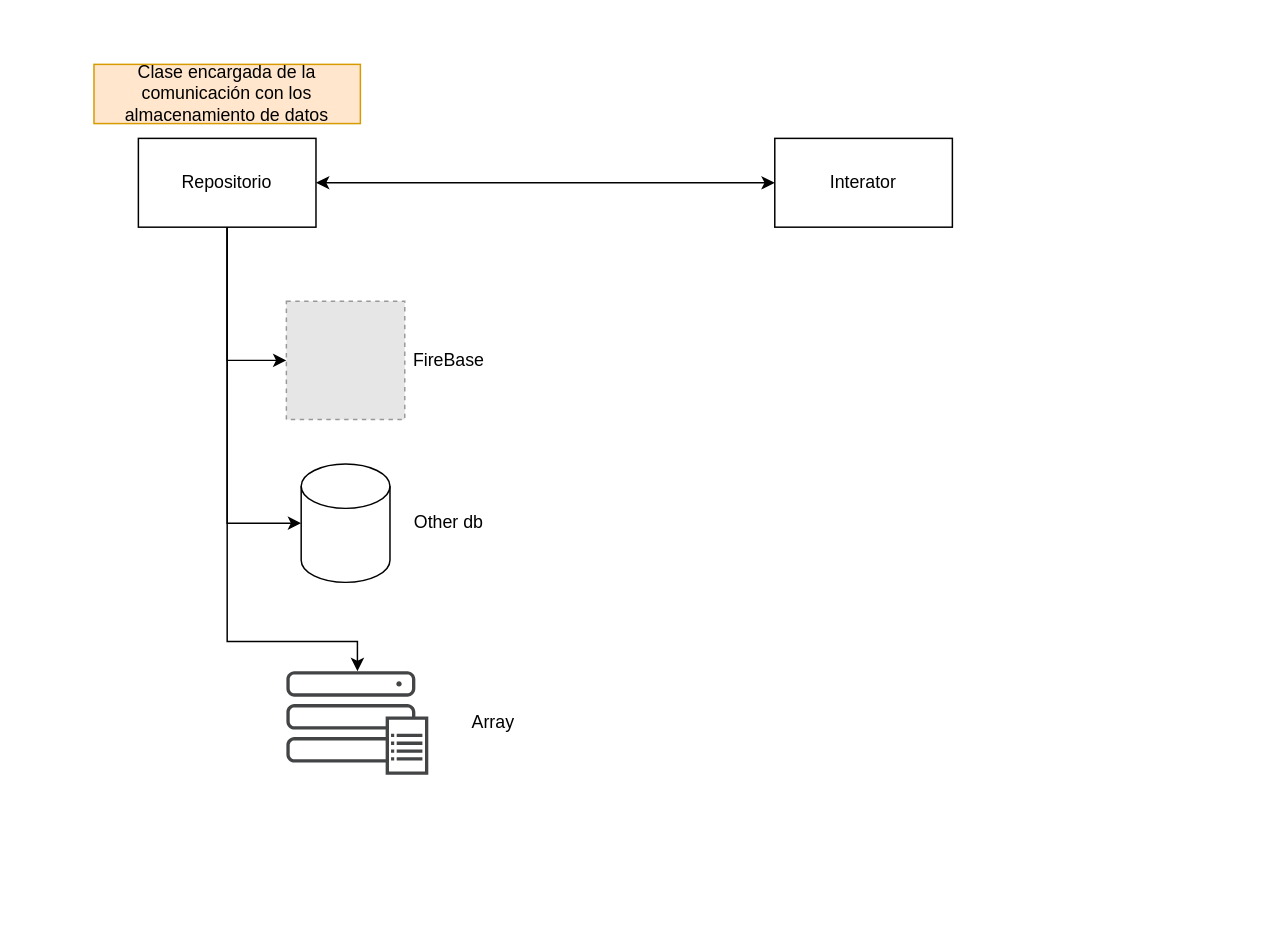
Before: page "Page-1" (1 of 2) of InventoryClassComunication.drawio in FJMGPPP/iventory, a draw.io diagram. Source tidied: cells renumbered, new cells numbered last; positions are measured from the earlier drawing's top-left corner, leaving out a move shared by most shapes. Both pictures are drawn from the tidied source at 148%, with x=0, y=0 at pixel (93, 64). Pictures stored in the file or linked from it are replaced by grey dashed boxes.
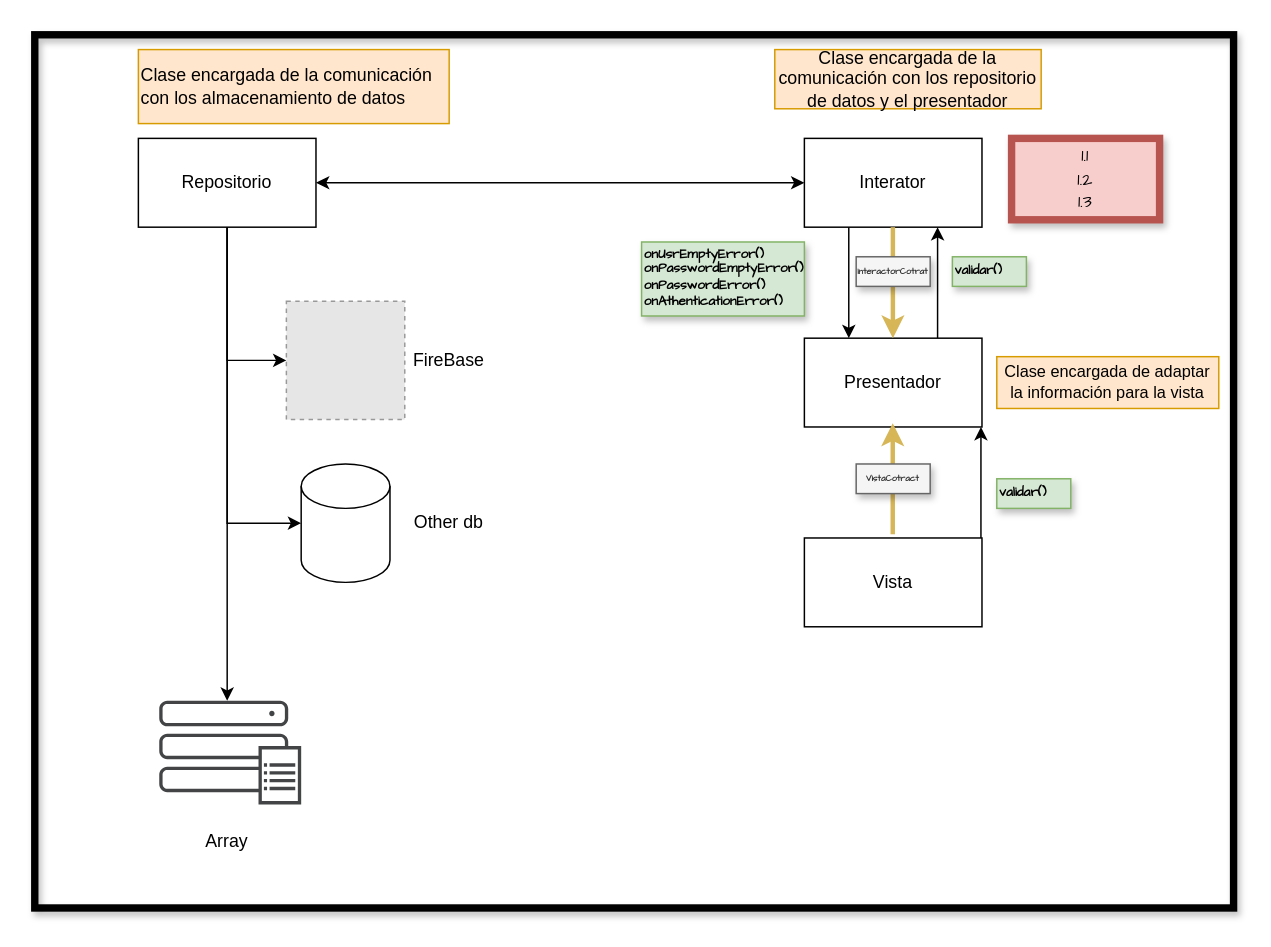
The same page after the edit.

Unchanged cells that the change refers to:
```xml
<mxCell id="6" value="Repositorio" style="rounded=0;whiteSpace=wrap;html=1;" parent="1" vertex="1">
  <mxGeometry x="30" y="50" width="120" height="60" as="geometry" />
</mxCell>
```

Change to the diagram source:
```diff
@@
+    <mxCell id="15" style="whiteSpace=wrap;html=1;rounded=0;shadow=1;glass=0;sketch=0;fontFamily=Comic Sans MS;fontSize=6;fontColor=#FFD966;strokeColor=#000000;strokeWidth=5;align=left;verticalAlign=middle;fillColor=none;" parent="1" vertex="1">
+      <mxGeometry x="-40" y="-20" width="810" height="590" as="geometry" />
+    </mxCell>
@@
-    <mxCell id="4" style="edgeStyle=orthogonalEdgeStyle;rounded=0;jettySize=auto;html=1;exitX=0.5;exitY=1;exitDx=0;exitDy=0;" parent="1" edge="1" source="6" target="9">
+    <mxCell id="4" style="edgeStyle=orthogonalEdgeStyle;rounded=0;jettySize=auto;html=1;exitX=0.5;exitY=1;exitDx=0;exitDy=0;" parent="1" edge="1" source="6">
       <mxGeometry relative="1" as="geometry">
+        <mxPoint x="90" y="430" as="targetPoint" />
         <Array as="points">
-          <mxPoint x="90" y="390" />
-          <mxPoint x="178" y="390" />
+          <mxPoint x="90" y="430" />
         </Array>
       </mxGeometry>
     </mxCell>
@@
     <mxCell id="9" style="sketch=0;shadow=0;dashed=0;html=1;strokeColor=none;fillColor=#434445;labelPosition=center;verticalLabelPosition=bottom;verticalAlign=top;align=center;outlineConnect=0;shape=mxgraph.vvd.array_manager;" parent="1" vertex="1">
-      <mxGeometry x="130" y="410" width="95.9" height="70" as="geometry" />
+      <mxGeometry x="44.1" y="430" width="95.9" height="70" as="geometry" />
     </mxCell>
-    <mxCell id="10" value="Clase encargada de la comunicación con los almacenamiento de datos" style="text;html=1;strokeColor=#d79b00;fillColor=#ffe6cc;align=center;verticalAlign=middle;whiteSpace=wrap;rounded=0;" parent="1" vertex="1">
-      <mxGeometry width="180" height="40" as="geometry" />
+    <mxCell id="10" value="Clase encargada de la comunicación con los almacenamiento de datos" style="text;html=1;strokeColor=#d79b00;fillColor=#ffe6cc;align=left;verticalAlign=middle;whiteSpace=wrap;rounded=0;" parent="1" vertex="1">
+      <mxGeometry x="30" y="-10" width="210" height="50" as="geometry" />
     </mxCell>
@@
     <mxCell id="13" value="Array" style="text;html=1;strokeColor=none;fillColor=none;align=center;verticalAlign=middle;whiteSpace=wrap;rounded=0;" parent="1" vertex="1">
-      <mxGeometry x="240" y="430" width="60" height="30" as="geometry" />
+      <mxGeometry x="60" y="510" width="60" height="30" as="geometry" />
     </mxCell>
+    <mxCell id="16" style="edgeStyle=orthogonalEdgeStyle;rounded=0;jettySize=auto;html=1;exitX=0.75;exitY=1;exitDx=0;exitDy=0;entryX=0.75;entryY=0;entryDx=0;entryDy=0;fontFamily=Comic Sans MS;fontSize=12;startArrow=classic;startFill=1;endArrow=none;endFill=0;" parent="1" edge="1" source="14" target="18">
+      <mxGeometry relative="1" as="geometry" />
+    </mxCell>
     <mxCell id="14" value="Interator" style="rounded=0;whiteSpace=wrap;html=1;" parent="1" vertex="1">
-      <mxGeometry x="460" y="50" width="120" height="60" as="geometry" />
+      <mxGeometry x="480" y="50" width="120" height="60" as="geometry" />
     </mxCell>
+    <mxCell id="17" style="edgeStyle=orthogonalEdgeStyle;rounded=0;jettySize=auto;html=1;exitX=0.25;exitY=0;exitDx=0;exitDy=0;entryX=0.25;entryY=1;entryDx=0;entryDy=0;fontFamily=Comic Sans MS;fontSize=12;startArrow=classic;startFill=1;endArrow=none;endFill=0;" parent="1" edge="1" source="18" target="14">
+      <mxGeometry relative="1" as="geometry" />
+    </mxCell>
+    <mxCell id="18" value="Presentador" style="rounded=0;whiteSpace=wrap;html=1;" parent="1" vertex="1">
+      <mxGeometry x="480" y="185" width="120" height="60" as="geometry" />
+    </mxCell>
+    <mxCell id="19" value="Vista" style="rounded=0;whiteSpace=wrap;html=1;" parent="1" vertex="1">
+      <mxGeometry x="480" y="320" width="120" height="60" as="geometry" />
+    </mxCell>
+    <mxCell id="20" value="&lt;font face=&quot;Comic Sans MS&quot;&gt;1.1&lt;br&gt;1.2&lt;br&gt;1.3&lt;br&gt;&lt;/font&gt;" style="text;html=1;strokeColor=#b85450;fillColor=#f8cecc;align=center;verticalAlign=middle;whiteSpace=wrap;rounded=0;strokeWidth=5;perimeterSpacing=0;glass=0;sketch=0;shadow=1;fontSize=12;" parent="1" vertex="1">
+      <mxGeometry x="620" y="50" width="100" height="55" as="geometry" />
+    </mxCell>
+    <mxCell id="21" value="Clase encargada de la comunicación con los repositorio de datos y el presentador" style="text;html=1;strokeColor=#d79b00;fillColor=#ffe6cc;align=center;verticalAlign=middle;whiteSpace=wrap;rounded=0;" parent="1" vertex="1">
+      <mxGeometry x="460" y="-10" width="180" height="40" as="geometry" />
+    </mxCell>
+    <mxCell id="22" value="Clase encargada de adaptar la información para la vista" style="text;html=1;strokeColor=#d79b00;fillColor=#ffe6cc;align=center;verticalAlign=middle;whiteSpace=wrap;rounded=0;fontSize=11;" parent="1" vertex="1">
+      <mxGeometry x="610" y="197.5" width="150" height="35" as="geometry" />
+    </mxCell>
+    <mxCell id="23" style="group;" parent="1" vertex="1">
+      <mxGeometry x="370" y="110" width="130" height="80" as="geometry" />
+    </mxCell>
+    <mxCell id="24" style="text;html=1;strokeColor=#82b366;fillColor=#d5e8d4;align=left;verticalAlign=middle;whiteSpace=wrap;rounded=0;shadow=1;glass=0;sketch=0;fontFamily=Comic Sans MS;fontSize=9;labelPosition=center;verticalLabelPosition=middle;textDirection=rtl;horizontal=1;" parent="23" vertex="1">
+      <mxGeometry y="10" width="110" height="50" as="geometry" />
+    </mxCell>
+    <mxCell id="25" value="&lt;span&gt;onUsrEmptyError()&lt;/span&gt;&lt;br&gt;&lt;span&gt;onPasswordEmptyError()&lt;br&gt;onPasswordError()&lt;br&gt;onAthenticationError()&lt;br&gt;&lt;br&gt;&lt;/span&gt;" style="text;html=1;strokeColor=none;fillColor=none;align=left;verticalAlign=middle;whiteSpace=wrap;rounded=0;shadow=1;glass=0;sketch=0;fontFamily=Comic Sans MS;fontSize=9;fontStyle=1;" parent="23" vertex="1">
+      <mxGeometry width="130" height="80" as="geometry" />
+    </mxCell>
+    <mxCell id="26" style="edgeStyle=orthogonalEdgeStyle;rounded=0;orthogonalLoop=1;jettySize=auto;html=1;exitX=1;exitY=1;exitDx=0;exitDy=0;entryX=1;entryY=0;entryDx=0;entryDy=0;fontFamily=Comic Sans MS;fontSize=9;startArrow=none;startFill=0;fontColor=#FFD966;labelBorderColor=#FFD966;labelBackgroundColor=#FFD966;fillColor=#fff2cc;strokeColor=#d6b656;jumpSize=11;jumpStyle=gap;strokeWidth=3;" parent="1" edge="1">
+      <mxGeometry relative="1" as="geometry">
+        <mxPoint x="539.8" y="110" as="sourcePoint" />
+        <mxPoint x="539.8" y="185" as="targetPoint" />
+      </mxGeometry>
+    </mxCell>
+    <mxCell id="27" value="&lt;b style=&quot;font-size: 6px;&quot;&gt;interactorCotrat&lt;/b&gt;" style="text;html=1;align=center;verticalAlign=middle;whiteSpace=wrap;rounded=0;shadow=1;glass=0;sketch=0;fontFamily=Comic Sans MS;fontSize=6;fillColor=#f5f5f5;strokeColor=#666666;fontColor=#333333;" parent="1" vertex="1">
+      <mxGeometry x="515" y="130" width="50" height="20" as="geometry" />
+    </mxCell>
+    <mxCell id="28" style="group;" parent="1" vertex="1">
+      <mxGeometry x="580" y="110" width="130" height="80" as="geometry" />
+    </mxCell>
+    <mxCell id="29" style="text;html=1;strokeColor=#82b366;fillColor=#d5e8d4;align=left;verticalAlign=middle;whiteSpace=wrap;rounded=0;shadow=1;glass=0;sketch=0;fontFamily=Comic Sans MS;fontSize=9;labelPosition=center;verticalLabelPosition=middle;textDirection=rtl;horizontal=1;" parent="28" vertex="1">
+      <mxGeometry y="20" width="50" height="20" as="geometry" />
+    </mxCell>
+    <mxCell id="30" value="&lt;span&gt;validar()&lt;br&gt;&lt;/span&gt;" style="text;html=1;strokeColor=none;fillColor=none;align=left;verticalAlign=middle;whiteSpace=wrap;rounded=0;shadow=1;glass=0;sketch=0;fontFamily=Comic Sans MS;fontSize=9;fontStyle=1;" parent="28" vertex="1">
+      <mxGeometry y="10" width="100" height="40" as="geometry" />
+    </mxCell>
+    <mxCell id="31" style="edgeStyle=orthogonalEdgeStyle;rounded=0;orthogonalLoop=1;jettySize=auto;html=1;exitX=1;exitY=1;exitDx=0;exitDy=0;entryX=1;entryY=0;entryDx=0;entryDy=0;fontFamily=Comic Sans MS;fontSize=9;startArrow=classic;startFill=1;fontColor=#FFD966;labelBorderColor=#FFD966;labelBackgroundColor=#FFD966;fillColor=#fff2cc;strokeColor=#d6b656;jumpSize=11;jumpStyle=gap;strokeWidth=3;endArrow=none;endFill=0;" parent="1" edge="1">
+      <mxGeometry relative="1" as="geometry">
+        <mxPoint x="539.7" y="242.5" as="sourcePoint" />
+        <mxPoint x="539.7" y="317.5" as="targetPoint" />
+      </mxGeometry>
+    </mxCell>
+    <mxCell id="32" value="&lt;b&gt;VistaCotract&lt;/b&gt;" style="text;html=1;align=center;verticalAlign=middle;whiteSpace=wrap;rounded=0;shadow=1;glass=0;sketch=0;fontFamily=Comic Sans MS;fontSize=6;fillColor=#f5f5f5;strokeColor=#666666;fontColor=#333333;" parent="1" vertex="1">
+      <mxGeometry x="515" y="270" width="50" height="20" as="geometry" />
+    </mxCell>
+    <mxCell id="33" style="edgeStyle=orthogonalEdgeStyle;rounded=0;orthogonalLoop=1;jettySize=auto;html=1;exitX=0.75;exitY=1;exitDx=0;exitDy=0;entryX=0.75;entryY=0;entryDx=0;entryDy=0;fontFamily=Comic Sans MS;fontSize=12;startArrow=classic;startFill=1;endArrow=none;endFill=0;" parent="1" edge="1">
+      <mxGeometry relative="1" as="geometry">
+        <mxPoint x="599.3" y="245" as="sourcePoint" />
+        <mxPoint x="599.3" y="320" as="targetPoint" />
+      </mxGeometry>
+    </mxCell>
+    <mxCell id="34" style="group;" parent="1" vertex="1">
+      <mxGeometry x="610" y="260" width="130" height="80" as="geometry" />
+    </mxCell>
+    <mxCell id="35" style="text;html=1;strokeColor=#82b366;fillColor=#d5e8d4;align=left;verticalAlign=middle;whiteSpace=wrap;rounded=0;shadow=1;glass=0;sketch=0;fontFamily=Comic Sans MS;fontSize=9;labelPosition=center;verticalLabelPosition=middle;textDirection=rtl;horizontal=1;" parent="34" vertex="1">
+      <mxGeometry y="20" width="50" height="20" as="geometry" />
+    </mxCell>
+    <mxCell id="36" value="&lt;span&gt;validar()&lt;br&gt;&lt;/span&gt;" style="text;html=1;strokeColor=none;fillColor=none;align=left;verticalAlign=middle;whiteSpace=wrap;rounded=0;shadow=1;glass=0;sketch=0;fontFamily=Comic Sans MS;fontSize=9;fontStyle=1;" parent="34" vertex="1">
+      <mxGeometry y="10" width="100" height="40" as="geometry" />
+    </mxCell>
```
